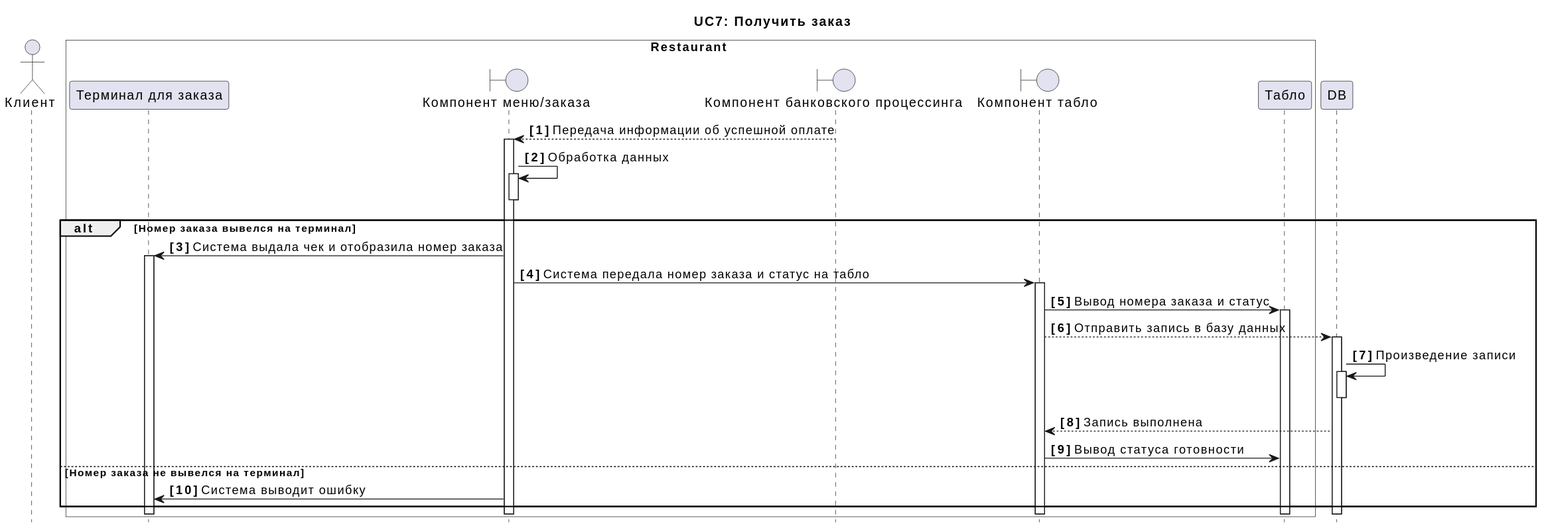
This is docs/diagrams/include/UC12.svg from xxx996/OTUS_Restaraunt, a PlantUML export, as it was before one commit. Its diagram source:
```plantuml
@startuml
actor "Клиент" as C
title UC7: Получить заказ
box Restaurant #Transparent
participant  "Терминал для заказа" as A
boundary "Компонент меню/заказа" as F
boundary "Компонент банковского процессинга" as B
boundary "Компонент табло" as U
participant "Табло" as D
end box
hide footbox
autonumber "<b>[0]"

B --> F++:  Передача информации об успешной оплате
F -> F++:  Обработка данных
F--

alt Номер заказа вывелся на терминал

F -> A++:  Система выдала чек и отобразила номер заказа

F -> U++:  Система передала номер заказа и статус на табло
U -> D++:  Вывод номера заказа и статус

U --> DB++:  Отправить запись в базу данных
DB -> DB++: Произведение записи
DB--
DB --> U: Запись выполнена

U -> D:  Вывод статуса готовности

else Номер заказа не вывелся на терминал

F -> A:  Система выводит ошибку


end
@enduml
```
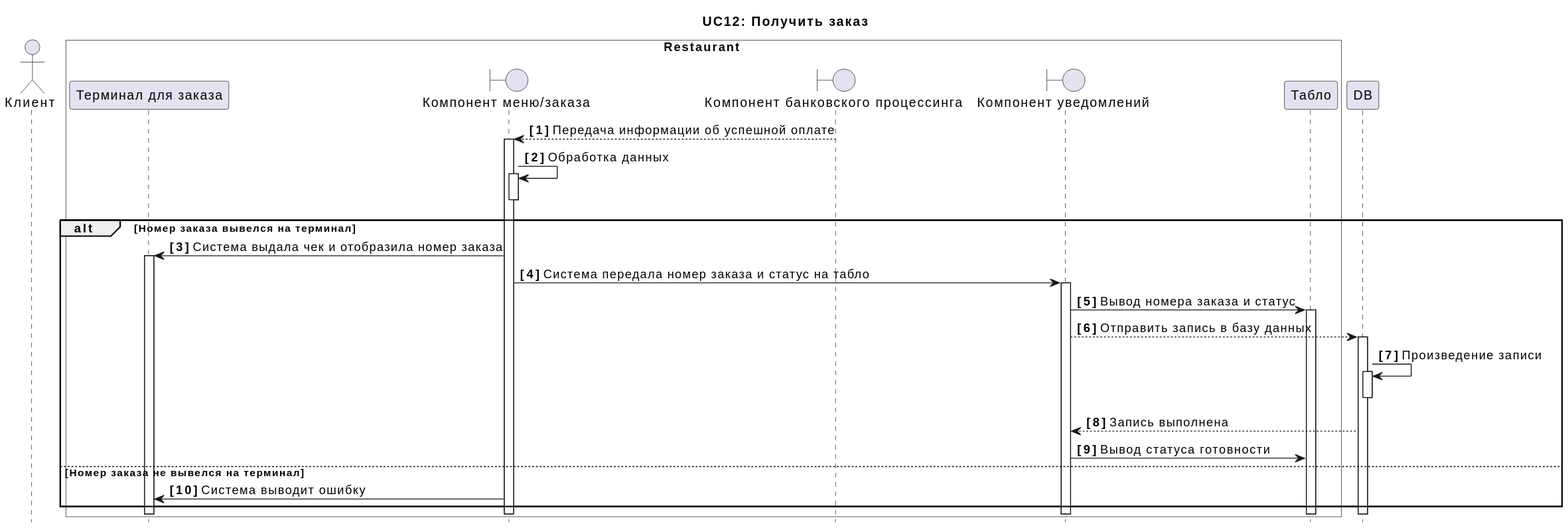
After the change.

What changed in the source:
```diff
@@ -1,11 +1,11 @@
 @startuml
 actor "Клиент" as C
-title UC7: Получить заказ
+title UC12: Получить заказ
 box Restaurant #Transparent
 participant  "Терминал для заказа" as A
 boundary "Компонент меню/заказа" as F
 boundary "Компонент банковского процессинга" as B
-boundary "Компонент табло" as U
+boundary "Компонент уведомлений" as U
 participant "Табло" as D
 end box
 hide footbox
```
